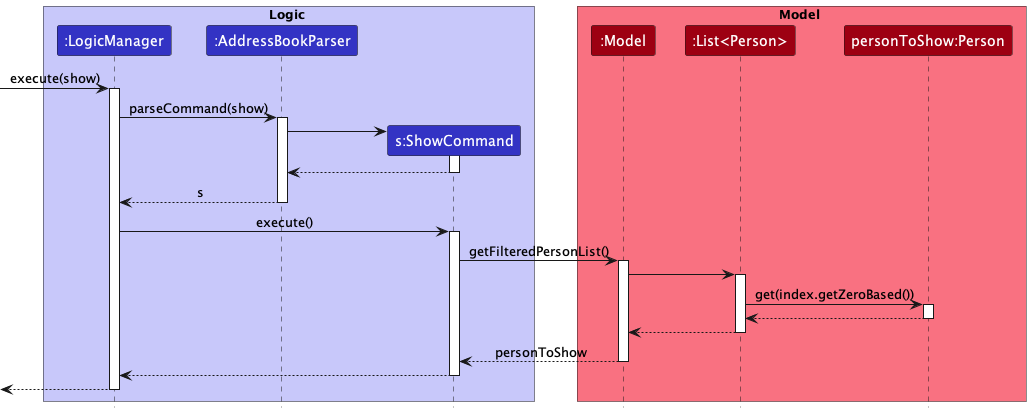
Before: docs/images/ShowSequenceDiagram.png, a diagram exported from PlantUML (nus-cs2103-AY2223S1/tp). Source of this version:
```plantuml
@startuml
!include style.puml

box Logic LOGIC_COLOR_T1
participant ":LogicManager" as LogicManager LOGIC_COLOR
participant ":AddressBookParser" as AddressBookParser LOGIC_COLOR
participant "s:ShowCommand" as ShowCommand LOGIC_COLOR
end box

box Model MODEL_COLOR_T1
participant ":Model" as Model MODEL_COLOR
participant ":List<Person>" as ListPerson MODEL_COLOR
participant "personToShow:Person" as personToShow MODEL_COLOR
end box
[-> LogicManager : execute(show)
activate LogicManager

LogicManager -> AddressBookParser : parseCommand(show)
activate AddressBookParser

create ShowCommand
AddressBookParser -> ShowCommand
activate ShowCommand

ShowCommand --> AddressBookParser
deactivate ShowCommand

AddressBookParser --> LogicManager : s
deactivate AddressBookParser

LogicManager -> ShowCommand : execute()
activate ShowCommand

ShowCommand -> Model : getFilteredPersonList()
activate Model

Model -> ListPerson
activate ListPerson

ListPerson -> personToShow : get(index.getZeroBased())
activate personToShow

personToShow --> ListPerson
deactivate personToShow

ListPerson --> Model
deactivate ListPerson

Model --> ShowCommand : personToShow
deactivate Model

ShowCommand --> LogicManager
deactivate ShowCommand

[<-- LogicManager
deactivate LogicManager
@enduml
```
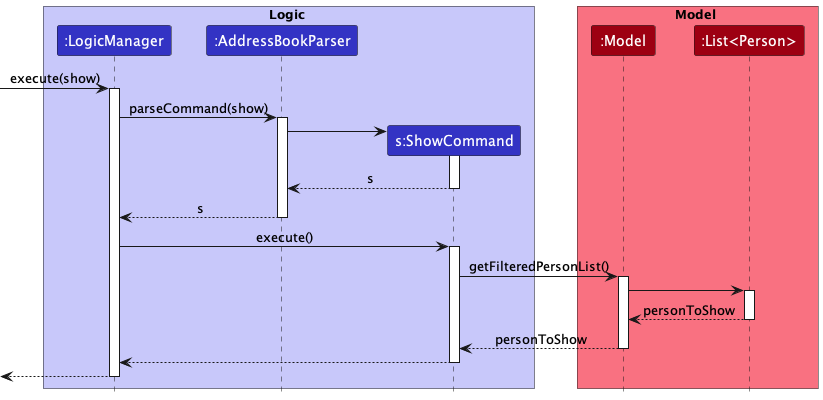
After the change.

Change to the diagram source:
```diff
@@ -1,6 +1,5 @@
 @startuml
 !include style.puml
-
 box Logic LOGIC_COLOR_T1
 participant ":LogicManager" as LogicManager LOGIC_COLOR
 participant ":AddressBookParser" as AddressBookParser LOGIC_COLOR
@@ -10,7 +9,6 @@
 box Model MODEL_COLOR_T1
 participant ":Model" as Model MODEL_COLOR
 participant ":List<Person>" as ListPerson MODEL_COLOR
-participant "personToShow:Person" as personToShow MODEL_COLOR
 end box
 [-> LogicManager : execute(show)
 activate LogicManager
@@ -22,7 +20,7 @@
 AddressBookParser -> ShowCommand
 activate ShowCommand
 
-ShowCommand --> AddressBookParser
+ShowCommand --> AddressBookParser : s
 deactivate ShowCommand
 
 AddressBookParser --> LogicManager : s
@@ -37,13 +35,7 @@
 Model -> ListPerson
 activate ListPerson
 
-ListPerson -> personToShow : get(index.getZeroBased())
-activate personToShow
-
-personToShow --> ListPerson
-deactivate personToShow
-
-ListPerson --> Model
+ListPerson --> Model : personToShow
 deactivate ListPerson
 
 Model --> ShowCommand : personToShow
@@ -54,4 +46,5 @@
 
 [<-- LogicManager
 deactivate LogicManager
+
 @enduml
```
